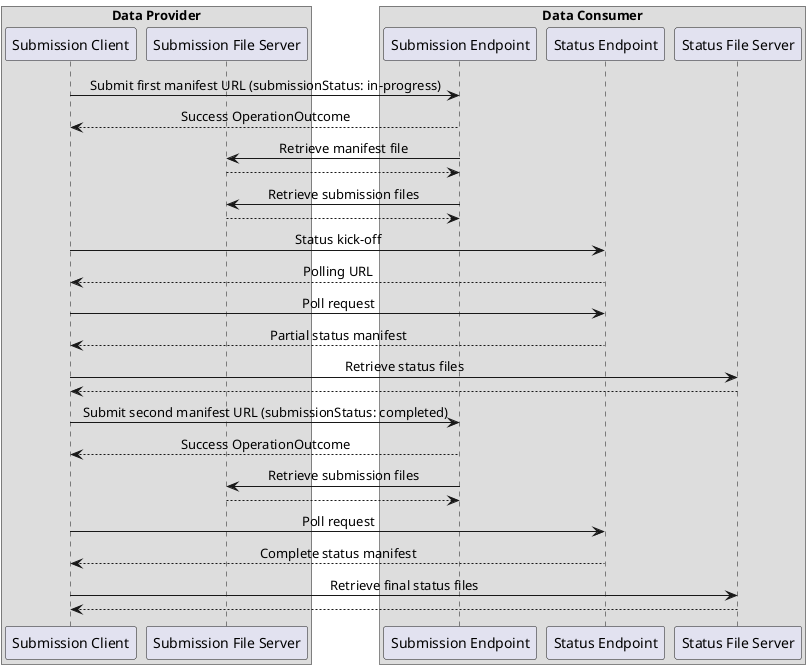
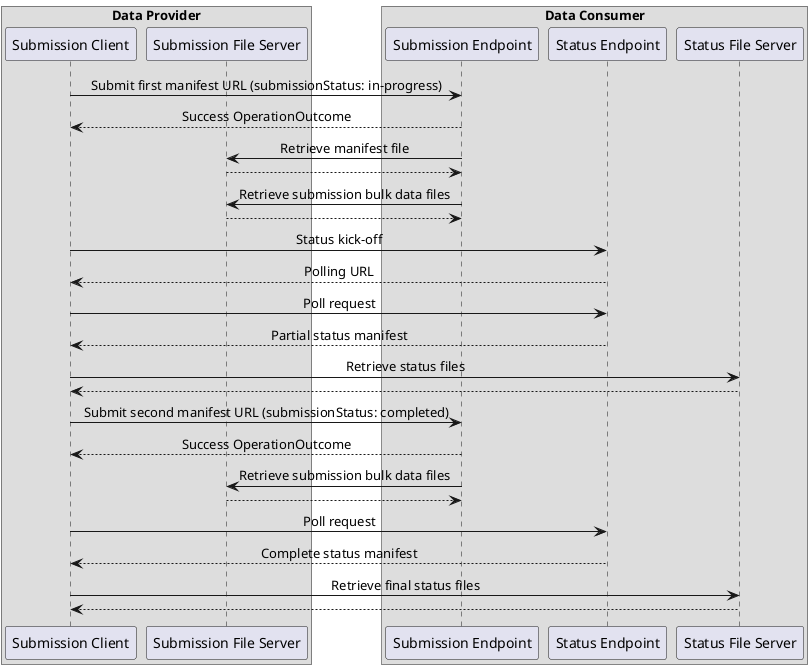
@startuml
skinparam sequenceMessageAlign center

box "Data Provider"
participant "Submission Client" as SubmitClient
participant "Submission File Server" as SubmitFiles
end box

box "Data Consumer"
participant "Submission Endpoint" as SubmitEndpoint
participant "Status Endpoint" as StatusEndpoint
participant "Status File Server" as StatusFiles
end box

SubmitClient -> SubmitEndpoint: Submit first manifest URL (submissionStatus: in-progress)
SubmitEndpoint --> SubmitClient: Success OperationOutcome

SubmitEndpoint -> SubmitFiles: Retrieve manifest file
SubmitFiles --> SubmitEndpoint
- SubmitEndpoint -> SubmitFiles: Retrieve submission files
+ SubmitEndpoint -> SubmitFiles: Retrieve submission bulk data files
SubmitFiles --> SubmitEndpoint

SubmitClient -> StatusEndpoint: Status kick-off
StatusEndpoint --> SubmitClient: Polling URL

SubmitClient -> StatusEndpoint: Poll request
StatusEndpoint --> SubmitClient: Partial status manifest

SubmitClient -> StatusFiles: Retrieve status files
StatusFiles --> SubmitClient

SubmitClient -> SubmitEndpoint: Submit second manifest URL (submissionStatus: completed)
SubmitEndpoint --> SubmitClient: Success OperationOutcome

- SubmitEndpoint -> SubmitFiles: Retrieve submission files
+ SubmitEndpoint -> SubmitFiles: Retrieve submission bulk data files
SubmitFiles --> SubmitEndpoint

SubmitClient -> StatusEndpoint: Poll request
StatusEndpoint --> SubmitClient: Complete status manifest

SubmitClient -> StatusFiles: Retrieve final status files
StatusFiles --> SubmitClient
@enduml
